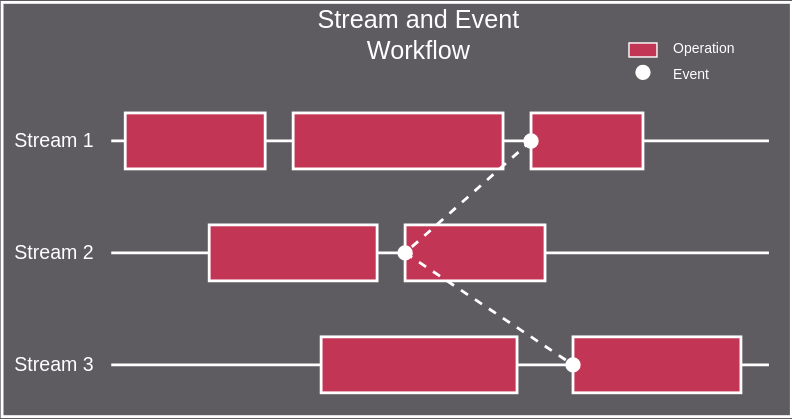
The draw.io diagram projects/hip/docs/data/understand/programming_model/stream-workflow.svg in NautRobot/Eze-P, before a commit. Source tidied: cells renumbered, new cells last; positions are measured from the earlier drawing's top-left corner, leaving out a move shared by most shapes. Source of this version:
```xml
<mxGraphModel background="#5E5B61">
  <root>
    <mxCell id="0" />
    <mxCell id="1" parent="0" />
    <mxCell id="2" value="Stream and Event Workflow" style="text;html=1;strokeColor=none;fillColor=none;align=center;verticalAlign=middle;whiteSpace=wrap;rounded=0;fontSize=18;fontFamily=Arial;fontColor=#FFFFFF;" parent="1" vertex="1">
      <mxGeometry x="198" y="9" width="200" height="30" as="geometry" />
    </mxCell>
    <mxCell id="3" style="endArrow=none;html=1;strokeColor=#FFFFFF;strokeWidth=2;" parent="1" edge="1">
      <mxGeometry relative="1" as="geometry">
        <mxPoint x="78" y="99" as="sourcePoint" />
        <mxPoint x="548" y="99" as="targetPoint" />
      </mxGeometry>
    </mxCell>
    <mxCell id="4" style="endArrow=none;html=1;strokeColor=#FFFFFF;strokeWidth=2;" parent="1" edge="1">
      <mxGeometry relative="1" as="geometry">
        <mxPoint x="78" y="179" as="sourcePoint" />
        <mxPoint x="548" y="179" as="targetPoint" />
      </mxGeometry>
    </mxCell>
    <mxCell id="5" style="endArrow=none;html=1;strokeColor=#FFFFFF;strokeWidth=2;" parent="1" edge="1">
      <mxGeometry relative="1" as="geometry">
        <mxPoint x="78" y="259" as="sourcePoint" />
        <mxPoint x="548" y="259" as="targetPoint" />
      </mxGeometry>
    </mxCell>
    <mxCell id="6" value="Stream 1" style="text;html=1;strokeColor=none;fillColor=none;align=right;verticalAlign=middle;whiteSpace=wrap;rounded=0;fontSize=14;fontFamily=Arial;fontColor=#FFFFFF;" parent="1" vertex="1">
      <mxGeometry x="8" y="89" width="60" height="20" as="geometry" />
    </mxCell>
    <mxCell id="7" value="Stream 2" style="text;html=1;strokeColor=none;fillColor=none;align=right;verticalAlign=middle;whiteSpace=wrap;rounded=0;fontSize=14;fontFamily=Arial;fontColor=#FFFFFF;" parent="1" vertex="1">
      <mxGeometry x="8" y="169" width="60" height="20" as="geometry" />
    </mxCell>
    <mxCell id="8" value="Stream 3" style="text;html=1;strokeColor=none;fillColor=none;align=right;verticalAlign=middle;whiteSpace=wrap;rounded=0;fontSize=14;fontFamily=Arial;fontColor=#FFFFFF;" parent="1" vertex="1">
      <mxGeometry x="8" y="249" width="60" height="20" as="geometry" />
    </mxCell>
    <mxCell id="9" style="rounded=0;whiteSpace=wrap;html=1;fillColor=#C23555;strokeColor=#FFFFFF;strokeWidth=2;" parent="1" vertex="1">
      <mxGeometry x="88" y="79" width="100" height="40" as="geometry" />
    </mxCell>
    <mxCell id="10" style="rounded=0;whiteSpace=wrap;html=1;fillColor=#C23555;strokeColor=#FFFFFF;strokeWidth=2;" parent="1" vertex="1">
      <mxGeometry x="208" y="79" width="150" height="40" as="geometry" />
    </mxCell>
    <mxCell id="11" style="rounded=0;whiteSpace=wrap;html=1;fillColor=#C23555;strokeColor=#FFFFFF;strokeWidth=2;" parent="1" vertex="1">
      <mxGeometry x="378" y="79" width="80" height="40" as="geometry" />
    </mxCell>
    <mxCell id="12" style="rounded=0;whiteSpace=wrap;html=1;fillColor=#C23555;strokeColor=#FFFFFF;strokeWidth=2;" parent="1" vertex="1">
      <mxGeometry x="148" y="159" width="120" height="40" as="geometry" />
    </mxCell>
    <mxCell id="13" style="rounded=0;whiteSpace=wrap;html=1;fillColor=#C23555;strokeColor=#FFFFFF;strokeWidth=2;" parent="1" vertex="1">
      <mxGeometry x="288" y="159" width="100" height="40" as="geometry" />
    </mxCell>
    <mxCell id="14" style="rounded=0;whiteSpace=wrap;html=1;fillColor=#C23555;strokeColor=#FFFFFF;strokeWidth=2;" parent="1" vertex="1">
      <mxGeometry x="228" y="239" width="140" height="40" as="geometry" />
    </mxCell>
    <mxCell id="15" style="rounded=0;whiteSpace=wrap;html=1;fillColor=#C23555;strokeColor=#FFFFFF;strokeWidth=2;" parent="1" vertex="1">
      <mxGeometry x="408" y="239" width="120" height="40" as="geometry" />
    </mxCell>
    <mxCell id="16" style="ellipse;whiteSpace=wrap;html=1;fillColor=#FFFFFF;strokeColor=#FFFFFF;" parent="1" vertex="1">
      <mxGeometry x="373" y="94" width="10" height="10" as="geometry" />
    </mxCell>
    <mxCell id="17" style="ellipse;whiteSpace=wrap;html=1;fillColor=#FFFFFF;strokeColor=#FFFFFF;" parent="1" vertex="1">
      <mxGeometry x="283" y="174" width="10" height="10" as="geometry" />
    </mxCell>
    <mxCell id="18" style="ellipse;whiteSpace=wrap;html=1;fillColor=#FFFFFF;strokeColor=#FFFFFF;" parent="1" vertex="1">
      <mxGeometry x="403" y="254" width="10" height="10" as="geometry" />
    </mxCell>
    <mxCell id="19" style="endArrow=none;html=1;strokeColor=#FFFFFF;strokeWidth=2;dashed=1;" parent="1" edge="1">
      <mxGeometry relative="1" as="geometry">
        <mxPoint x="378" y="99" as="sourcePoint" />
        <mxPoint x="288" y="179" as="targetPoint" />
      </mxGeometry>
    </mxCell>
    <mxCell id="20" style="endArrow=none;html=1;strokeColor=#FFFFFF;strokeWidth=2;dashed=1;" parent="1" edge="1">
      <mxGeometry relative="1" as="geometry">
        <mxPoint x="288" y="179" as="sourcePoint" />
        <mxPoint x="408" y="259" as="targetPoint" />
      </mxGeometry>
    </mxCell>
    <mxCell id="21" style="rounded=0;whiteSpace=wrap;html=1;fillColor=#C23555;strokeColor=#FFFFFF;strokeWidth=1;" parent="1" vertex="1">
      <mxGeometry x="448" y="29" width="20" height="10" as="geometry" />
    </mxCell>
    <mxCell id="22" value="Operation" style="text;html=1;strokeColor=none;fillColor=none;align=left;verticalAlign=middle;whiteSpace=wrap;rounded=0;fontSize=10;fontFamily=Arial;fontColor=#FFFFFF;" parent="1" vertex="1">
      <mxGeometry x="478" y="27" width="60" height="12" as="geometry" />
    </mxCell>
    <mxCell id="23" style="ellipse;whiteSpace=wrap;html=1;fillColor=#FFFFFF;strokeColor=#FFFFFF;" parent="1" vertex="1">
      <mxGeometry x="453" y="45" width="10" height="10" as="geometry" />
    </mxCell>
    <mxCell id="24" value="Event" style="text;html=1;strokeColor=none;fillColor=none;align=left;verticalAlign=middle;whiteSpace=wrap;rounded=0;fontSize=10;fontFamily=Arial;fontColor=#FFFFFF;" parent="1" vertex="1">
      <mxGeometry x="478" y="45" width="60" height="12" as="geometry" />
    </mxCell>
    <mxCell id="25" style="rounded=0;whiteSpace=wrap;html=1;fillColor=none;strokeColor=#FFFFFF;strokeWidth=2;" parent="1" vertex="1">
      <mxGeometry width="564" height="296" as="geometry" />
    </mxCell>
  </root>
</mxGraphModel>
```
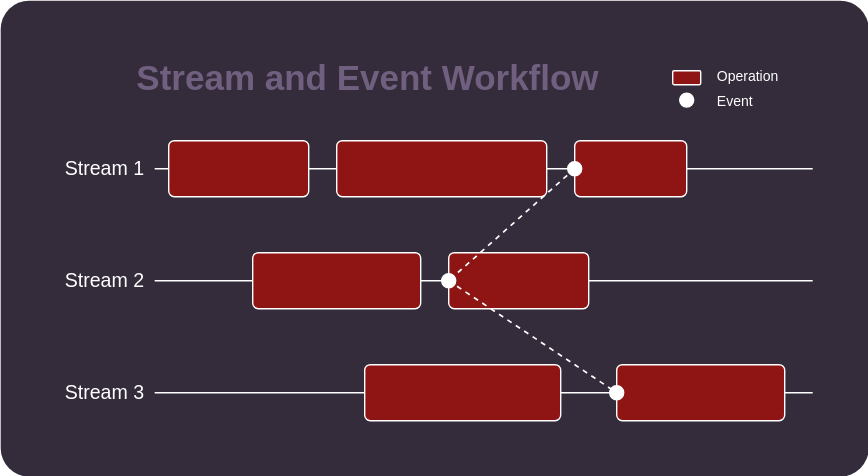
After the commit.

The edit, as a diff of the source:
```diff
@@ -1,93 +1,93 @@
-<mxGraphModel background="#5E5B61">
+<mxGraphModel>
   <root>
     <mxCell id="0" />
     <mxCell id="1" parent="0" />
+    <mxCell id="26" style="rounded=1;whiteSpace=wrap;html=1;fillColor=#342C3B;fontColor=#FFFFFF;strokeColor=none;spacing=0;arcSize=6;" parent="1" vertex="1">
+      <mxGeometry x="-32" y="9" width="620" height="340" as="geometry" />
+    </mxCell>
-    <mxCell id="2" value="Stream and Event Workflow" style="text;html=1;strokeColor=none;fillColor=none;align=center;verticalAlign=middle;whiteSpace=wrap;rounded=0;fontSize=18;fontFamily=Arial;fontColor=#FFFFFF;" parent="1" vertex="1">
-      <mxGeometry x="198" y="9" width="200" height="30" as="geometry" />
+    <mxCell id="2" value="Stream and Event Workflow" style="text;html=1;strokeColor=none;fillColor=none;align=center;verticalAlign=middle;whiteSpace=wrap;rounded=0;fontSize=25;fontColor=#705F7F;fontStyle=1;" parent="1" vertex="1">
+      <mxGeometry x="28" y="48" width="405" height="30" as="geometry" />
     </mxCell>
-    <mxCell id="3" style="endArrow=none;html=1;strokeColor=#FFFFFF;strokeWidth=2;" parent="1" edge="1">
-      <mxGeometry relative="1" as="geometry">
-        <mxPoint x="78" y="99" as="sourcePoint" />
-        <mxPoint x="548" y="99" as="targetPoint" />
-      </mxGeometry>
-    </mxCell>
-    <mxCell id="4" style="endArrow=none;html=1;strokeColor=#FFFFFF;strokeWidth=2;" parent="1" edge="1">
-      <mxGeometry relative="1" as="geometry">
-        <mxPoint x="78" y="179" as="sourcePoint" />
-        <mxPoint x="548" y="179" as="targetPoint" />
-      </mxGeometry>
-    </mxCell>
-    <mxCell id="5" style="endArrow=none;html=1;strokeColor=#FFFFFF;strokeWidth=2;" parent="1" edge="1">
-      <mxGeometry relative="1" as="geometry">
-        <mxPoint x="78" y="259" as="sourcePoint" />
-        <mxPoint x="548" y="259" as="targetPoint" />
-      </mxGeometry>
-    </mxCell>
+    <mxCell id="27" style="endArrow=none;html=1;strokeColor=#FFFFFF;strokeWidth=1;" parent="1" edge="1">
+      <mxGeometry relative="1" as="geometry">
+        <mxPoint x="78" y="129" as="sourcePoint" />
+        <mxPoint x="548" y="129" as="targetPoint" />
+      </mxGeometry>
+    </mxCell>
+    <mxCell id="28" style="endArrow=none;html=1;strokeColor=#FFFFFF;strokeWidth=1;" parent="1" edge="1">
+      <mxGeometry relative="1" as="geometry">
+        <mxPoint x="78" y="209" as="sourcePoint" />
+        <mxPoint x="548" y="209" as="targetPoint" />
+      </mxGeometry>
+    </mxCell>
+    <mxCell id="29" style="endArrow=none;html=1;strokeColor=#FFFFFF;strokeWidth=1;" parent="1" edge="1">
+      <mxGeometry relative="1" as="geometry">
+        <mxPoint x="78" y="289" as="sourcePoint" />
+        <mxPoint x="548" y="289" as="targetPoint" />
+      </mxGeometry>
+    </mxCell>
     <mxCell id="6" value="Stream 1" style="text;html=1;strokeColor=none;fillColor=none;align=right;verticalAlign=middle;whiteSpace=wrap;rounded=0;fontSize=14;fontFamily=Arial;fontColor=#FFFFFF;" parent="1" vertex="1">
-      <mxGeometry x="8" y="89" width="60" height="20" as="geometry" />
+      <mxGeometry x="13" y="119" width="60" height="20" as="geometry" />
     </mxCell>
     <mxCell id="7" value="Stream 2" style="text;html=1;strokeColor=none;fillColor=none;align=right;verticalAlign=middle;whiteSpace=wrap;rounded=0;fontSize=14;fontFamily=Arial;fontColor=#FFFFFF;" parent="1" vertex="1">
-      <mxGeometry x="8" y="169" width="60" height="20" as="geometry" />
+      <mxGeometry x="13" y="199" width="60" height="20" as="geometry" />
     </mxCell>
     <mxCell id="8" value="Stream 3" style="text;html=1;strokeColor=none;fillColor=none;align=right;verticalAlign=middle;whiteSpace=wrap;rounded=0;fontSize=14;fontFamily=Arial;fontColor=#FFFFFF;" parent="1" vertex="1">
-      <mxGeometry x="8" y="249" width="60" height="20" as="geometry" />
+      <mxGeometry x="13" y="279" width="60" height="20" as="geometry" />
     </mxCell>
-    <mxCell id="9" style="rounded=0;whiteSpace=wrap;html=1;fillColor=#C23555;strokeColor=#FFFFFF;strokeWidth=2;" parent="1" vertex="1">
-      <mxGeometry x="88" y="79" width="100" height="40" as="geometry" />
-    </mxCell>
-    <mxCell id="10" style="rounded=0;whiteSpace=wrap;html=1;fillColor=#C23555;strokeColor=#FFFFFF;strokeWidth=2;" parent="1" vertex="1">
-      <mxGeometry x="208" y="79" width="150" height="40" as="geometry" />
-    </mxCell>
-    <mxCell id="11" style="rounded=0;whiteSpace=wrap;html=1;fillColor=#C23555;strokeColor=#FFFFFF;strokeWidth=2;" parent="1" vertex="1">
-      <mxGeometry x="378" y="79" width="80" height="40" as="geometry" />
-    </mxCell>
-    <mxCell id="12" style="rounded=0;whiteSpace=wrap;html=1;fillColor=#C23555;strokeColor=#FFFFFF;strokeWidth=2;" parent="1" vertex="1">
-      <mxGeometry x="148" y="159" width="120" height="40" as="geometry" />
-    </mxCell>
-    <mxCell id="13" style="rounded=0;whiteSpace=wrap;html=1;fillColor=#C23555;strokeColor=#FFFFFF;strokeWidth=2;" parent="1" vertex="1">
-      <mxGeometry x="288" y="159" width="100" height="40" as="geometry" />
-    </mxCell>
-    <mxCell id="14" style="rounded=0;whiteSpace=wrap;html=1;fillColor=#C23555;strokeColor=#FFFFFF;strokeWidth=2;" parent="1" vertex="1">
-      <mxGeometry x="228" y="239" width="140" height="40" as="geometry" />
-    </mxCell>
-    <mxCell id="15" style="rounded=0;whiteSpace=wrap;html=1;fillColor=#C23555;strokeColor=#FFFFFF;strokeWidth=2;" parent="1" vertex="1">
-      <mxGeometry x="408" y="239" width="120" height="40" as="geometry" />
-    </mxCell>
-    <mxCell id="16" style="ellipse;whiteSpace=wrap;html=1;fillColor=#FFFFFF;strokeColor=#FFFFFF;" parent="1" vertex="1">
-      <mxGeometry x="373" y="94" width="10" height="10" as="geometry" />
-    </mxCell>
-    <mxCell id="17" style="ellipse;whiteSpace=wrap;html=1;fillColor=#FFFFFF;strokeColor=#FFFFFF;" parent="1" vertex="1">
-      <mxGeometry x="283" y="174" width="10" height="10" as="geometry" />
-    </mxCell>
-    <mxCell id="18" style="ellipse;whiteSpace=wrap;html=1;fillColor=#FFFFFF;strokeColor=#FFFFFF;" parent="1" vertex="1">
-      <mxGeometry x="403" y="254" width="10" height="10" as="geometry" />
-    </mxCell>
-    <mxCell id="19" style="endArrow=none;html=1;strokeColor=#FFFFFF;strokeWidth=2;dashed=1;" parent="1" edge="1">
-      <mxGeometry relative="1" as="geometry">
-        <mxPoint x="378" y="99" as="sourcePoint" />
-        <mxPoint x="288" y="179" as="targetPoint" />
-      </mxGeometry>
-    </mxCell>
-    <mxCell id="20" style="endArrow=none;html=1;strokeColor=#FFFFFF;strokeWidth=2;dashed=1;" parent="1" edge="1">
-      <mxGeometry relative="1" as="geometry">
-        <mxPoint x="288" y="179" as="sourcePoint" />
-        <mxPoint x="408" y="259" as="targetPoint" />
-      </mxGeometry>
-    </mxCell>
-    <mxCell id="21" style="rounded=0;whiteSpace=wrap;html=1;fillColor=#C23555;strokeColor=#FFFFFF;strokeWidth=1;" parent="1" vertex="1">
-      <mxGeometry x="448" y="29" width="20" height="10" as="geometry" />
-    </mxCell>
+    <mxCell id="30" style="whiteSpace=wrap;html=1;fontSize=16;fontFamily=Verdana;rounded=1;verticalAlign=top;strokeColor=#FFFFFF;fillColor=#8F1414;fontColor=#F0F0F0;arcSize=10;" parent="1" vertex="1">
+      <mxGeometry x="88" y="109" width="100" height="40" as="geometry" />
+    </mxCell>
+    <mxCell id="31" style="whiteSpace=wrap;html=1;fontSize=16;fontFamily=Verdana;rounded=1;verticalAlign=top;strokeColor=#FFFFFF;fillColor=#8F1414;fontColor=#F0F0F0;arcSize=10;" parent="1" vertex="1">
+      <mxGeometry x="208" y="109" width="150" height="40" as="geometry" />
+    </mxCell>
+    <mxCell id="32" style="whiteSpace=wrap;html=1;fontSize=16;fontFamily=Verdana;rounded=1;verticalAlign=top;strokeColor=#FFFFFF;fillColor=#8F1414;fontColor=#F0F0F0;arcSize=10;" parent="1" vertex="1">
+      <mxGeometry x="378" y="109" width="80" height="40" as="geometry" />
+    </mxCell>
+    <mxCell id="33" style="whiteSpace=wrap;html=1;fontSize=16;fontFamily=Verdana;rounded=1;verticalAlign=top;strokeColor=#FFFFFF;fillColor=#8F1414;fontColor=#F0F0F0;arcSize=10;" parent="1" vertex="1">
+      <mxGeometry x="148" y="189" width="120" height="40" as="geometry" />
+    </mxCell>
+    <mxCell id="34" style="whiteSpace=wrap;html=1;fontSize=16;fontFamily=Verdana;rounded=1;verticalAlign=top;strokeColor=#FFFFFF;fillColor=#8F1414;fontColor=#F0F0F0;arcSize=10;" parent="1" vertex="1">
+      <mxGeometry x="288" y="189" width="100" height="40" as="geometry" />
+    </mxCell>
+    <mxCell id="35" style="whiteSpace=wrap;html=1;fontSize=16;fontFamily=Verdana;rounded=1;verticalAlign=top;strokeColor=#FFFFFF;fillColor=#8F1414;fontColor=#F0F0F0;arcSize=10;" parent="1" vertex="1">
+      <mxGeometry x="228" y="269" width="140" height="40" as="geometry" />
+    </mxCell>
+    <mxCell id="36" style="whiteSpace=wrap;html=1;fontSize=16;fontFamily=Verdana;rounded=1;verticalAlign=top;strokeColor=#FFFFFF;fillColor=#8F1414;fontColor=#F0F0F0;arcSize=10;" parent="1" vertex="1">
+      <mxGeometry x="408" y="269" width="120" height="40" as="geometry" />
+    </mxCell>
+    <mxCell id="37" style="ellipse;whiteSpace=wrap;html=1;fillColor=#FFFFFF;strokeColor=#FFFFFF;" parent="1" vertex="1">
+      <mxGeometry x="373" y="124" width="10" height="10" as="geometry" />
+    </mxCell>
+    <mxCell id="38" style="ellipse;whiteSpace=wrap;html=1;fillColor=#FFFFFF;strokeColor=#FFFFFF;" parent="1" vertex="1">
+      <mxGeometry x="283" y="204" width="10" height="10" as="geometry" />
+    </mxCell>
+    <mxCell id="39" style="ellipse;whiteSpace=wrap;html=1;fillColor=#FFFFFF;strokeColor=#FFFFFF;" parent="1" vertex="1">
+      <mxGeometry x="403" y="284" width="10" height="10" as="geometry" />
+    </mxCell>
+    <mxCell id="40" style="endArrow=none;html=1;strokeColor=#FFFFFF;strokeWidth=1.2;dashed=1;" parent="1" edge="1">
+      <mxGeometry relative="1" as="geometry">
+        <mxPoint x="378" y="129" as="sourcePoint" />
+        <mxPoint x="288" y="209" as="targetPoint" />
+      </mxGeometry>
+    </mxCell>
+    <mxCell id="41" style="endArrow=none;html=1;strokeColor=#FFFFFF;strokeWidth=1.2;dashed=1;" parent="1" edge="1">
+      <mxGeometry relative="1" as="geometry">
+        <mxPoint x="288" y="209" as="sourcePoint" />
+        <mxPoint x="408" y="289" as="targetPoint" />
+      </mxGeometry>
+    </mxCell>
+    <mxCell id="42" style="whiteSpace=wrap;html=1;fontSize=16;fontFamily=Verdana;rounded=1;verticalAlign=top;strokeColor=#FFFFFF;fillColor=#8F1414;fontColor=#F0F0F0;arcSize=10;" parent="1" vertex="1">
+      <mxGeometry x="448" y="59" width="20" height="10" as="geometry" />
+    </mxCell>
     <mxCell id="22" value="Operation" style="text;html=1;strokeColor=none;fillColor=none;align=left;verticalAlign=middle;whiteSpace=wrap;rounded=0;fontSize=10;fontFamily=Arial;fontColor=#FFFFFF;" parent="1" vertex="1">
-      <mxGeometry x="478" y="27" width="60" height="12" as="geometry" />
+      <mxGeometry x="478" y="57" width="60" height="12" as="geometry" />
     </mxCell>
-    <mxCell id="23" style="ellipse;whiteSpace=wrap;html=1;fillColor=#FFFFFF;strokeColor=#FFFFFF;" parent="1" vertex="1">
-      <mxGeometry x="453" y="45" width="10" height="10" as="geometry" />
-    </mxCell>
+    <mxCell id="43" style="ellipse;whiteSpace=wrap;html=1;fillColor=#FFFFFF;strokeColor=#FFFFFF;" parent="1" vertex="1">
+      <mxGeometry x="453" y="75" width="10" height="10" as="geometry" />
+    </mxCell>
     <mxCell id="24" value="Event" style="text;html=1;strokeColor=none;fillColor=none;align=left;verticalAlign=middle;whiteSpace=wrap;rounded=0;fontSize=10;fontFamily=Arial;fontColor=#FFFFFF;" parent="1" vertex="1">
-      <mxGeometry x="478" y="45" width="60" height="12" as="geometry" />
+      <mxGeometry x="478" y="75" width="60" height="12" as="geometry" />
     </mxCell>
-    <mxCell id="25" style="rounded=0;whiteSpace=wrap;html=1;fillColor=none;strokeColor=#FFFFFF;strokeWidth=2;" parent="1" vertex="1">
-      <mxGeometry width="564" height="296" as="geometry" />
-    </mxCell>
   </root>
 </mxGraphModel>
```
